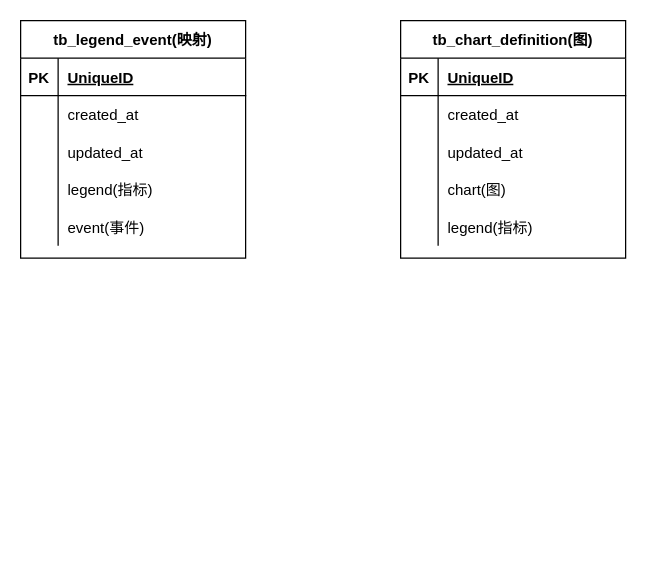
Earlier version of the draw.io diagram bop_company_report.drawio (sunday-out/draw_io). Source tidied: cells renumbered, new cells numbered last; positions are measured from the earlier drawing's top-left corner, leaving out a move shared by most shapes. Both pictures are drawn from the tidied source at 125%, with x=0, y=0 at pixel (20, 20).
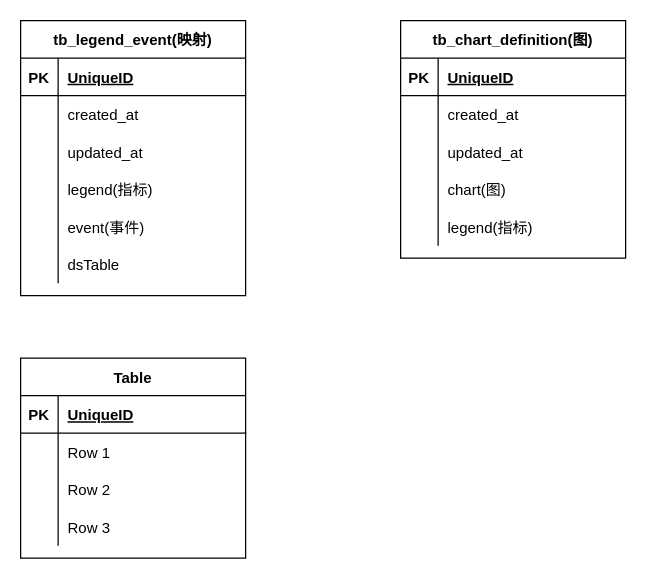
After the change.

Change to the diagram source:
```diff
@@
     <mxCell id="2" value="tb_legend_event(映射)" style="shape=table;startSize=30;childLayout=tableLayout;rowLines=0;fontStyle=1;align=center;" parent="1" vertex="1">
-      <mxGeometry width="180" height="190" as="geometry" />
+      <mxGeometry width="180" height="220" as="geometry" />
     </mxCell>
@@
+    <mxCell id="34" style="shape=partialRectangle;fillColor=none;top=0;left=0;bottom=0;right=0;" parent="2" vertex="1">
+      <mxGeometry y="180" width="180" height="30" as="geometry" />
+    </mxCell>
+    <mxCell id="35" style="shape=partialRectangle;fillColor=none;top=0;left=0;bottom=0;right=0;overflow=hidden;" parent="34" vertex="1">
+      <mxGeometry width="30" height="30" as="geometry" />
+    </mxCell>
+    <mxCell id="36" value="dsTable" style="shape=partialRectangle;fillColor=none;top=0;left=0;bottom=0;right=0;align=left;spacingLeft=6;overflow=hidden;" parent="34" vertex="1">
+      <mxGeometry x="30" width="150" height="30" as="geometry" />
+    </mxCell>
@@
+    <mxCell id="37" value="Table" style="shape=table;startSize=30;childLayout=tableLayout;rowLines=0;fontStyle=1;align=center;" parent="1" vertex="1">
+      <mxGeometry y="270" width="180" height="160" as="geometry" />
+    </mxCell>
+    <mxCell id="38" style="shape=partialRectangle;fillColor=none;top=0;left=0;bottom=1;right=0;" parent="37" vertex="1">
+      <mxGeometry y="30" width="180" height="30" as="geometry" />
+    </mxCell>
+    <mxCell id="39" value="PK" style="shape=partialRectangle;fillColor=none;top=0;left=0;bottom=0;right=0;fontStyle=1;overflow=hidden;" parent="38" vertex="1">
+      <mxGeometry width="30" height="30" as="geometry" />
+    </mxCell>
+    <mxCell id="40" value="UniqueID" style="shape=partialRectangle;fillColor=none;top=0;left=0;bottom=0;right=0;align=left;spacingLeft=6;fontStyle=5;overflow=hidden;" parent="38" vertex="1">
+      <mxGeometry x="30" width="150" height="30" as="geometry" />
+    </mxCell>
+    <mxCell id="41" style="shape=partialRectangle;fillColor=none;top=0;left=0;bottom=0;right=0;" parent="37" vertex="1">
+      <mxGeometry y="60" width="180" height="30" as="geometry" />
+    </mxCell>
+    <mxCell id="42" style="shape=partialRectangle;fillColor=none;top=0;left=0;bottom=0;right=0;overflow=hidden;" parent="41" vertex="1">
+      <mxGeometry width="30" height="30" as="geometry" />
+    </mxCell>
+    <mxCell id="43" value="Row 1" style="shape=partialRectangle;fillColor=none;top=0;left=0;bottom=0;right=0;align=left;spacingLeft=6;overflow=hidden;" parent="41" vertex="1">
+      <mxGeometry x="30" width="150" height="30" as="geometry" />
+    </mxCell>
+    <mxCell id="44" style="shape=partialRectangle;fillColor=none;top=0;left=0;bottom=0;right=0;" parent="37" vertex="1">
+      <mxGeometry y="90" width="180" height="30" as="geometry" />
+    </mxCell>
+    <mxCell id="45" style="shape=partialRectangle;fillColor=none;top=0;left=0;bottom=0;right=0;overflow=hidden;" parent="44" vertex="1">
+      <mxGeometry width="30" height="30" as="geometry" />
+    </mxCell>
+    <mxCell id="46" value="Row 2" style="shape=partialRectangle;fillColor=none;top=0;left=0;bottom=0;right=0;align=left;spacingLeft=6;overflow=hidden;" parent="44" vertex="1">
+      <mxGeometry x="30" width="150" height="30" as="geometry" />
+    </mxCell>
+    <mxCell id="47" style="shape=partialRectangle;fillColor=none;top=0;left=0;bottom=0;right=0;" parent="37" vertex="1">
+      <mxGeometry y="120" width="180" height="30" as="geometry" />
+    </mxCell>
+    <mxCell id="48" style="shape=partialRectangle;fillColor=none;top=0;left=0;bottom=0;right=0;overflow=hidden;" parent="47" vertex="1">
+      <mxGeometry width="30" height="30" as="geometry" />
+    </mxCell>
+    <mxCell id="49" value="Row 3" style="shape=partialRectangle;fillColor=none;top=0;left=0;bottom=0;right=0;align=left;spacingLeft=6;overflow=hidden;" parent="47" vertex="1">
+      <mxGeometry x="30" width="150" height="30" as="geometry" />
+    </mxCell>
```
